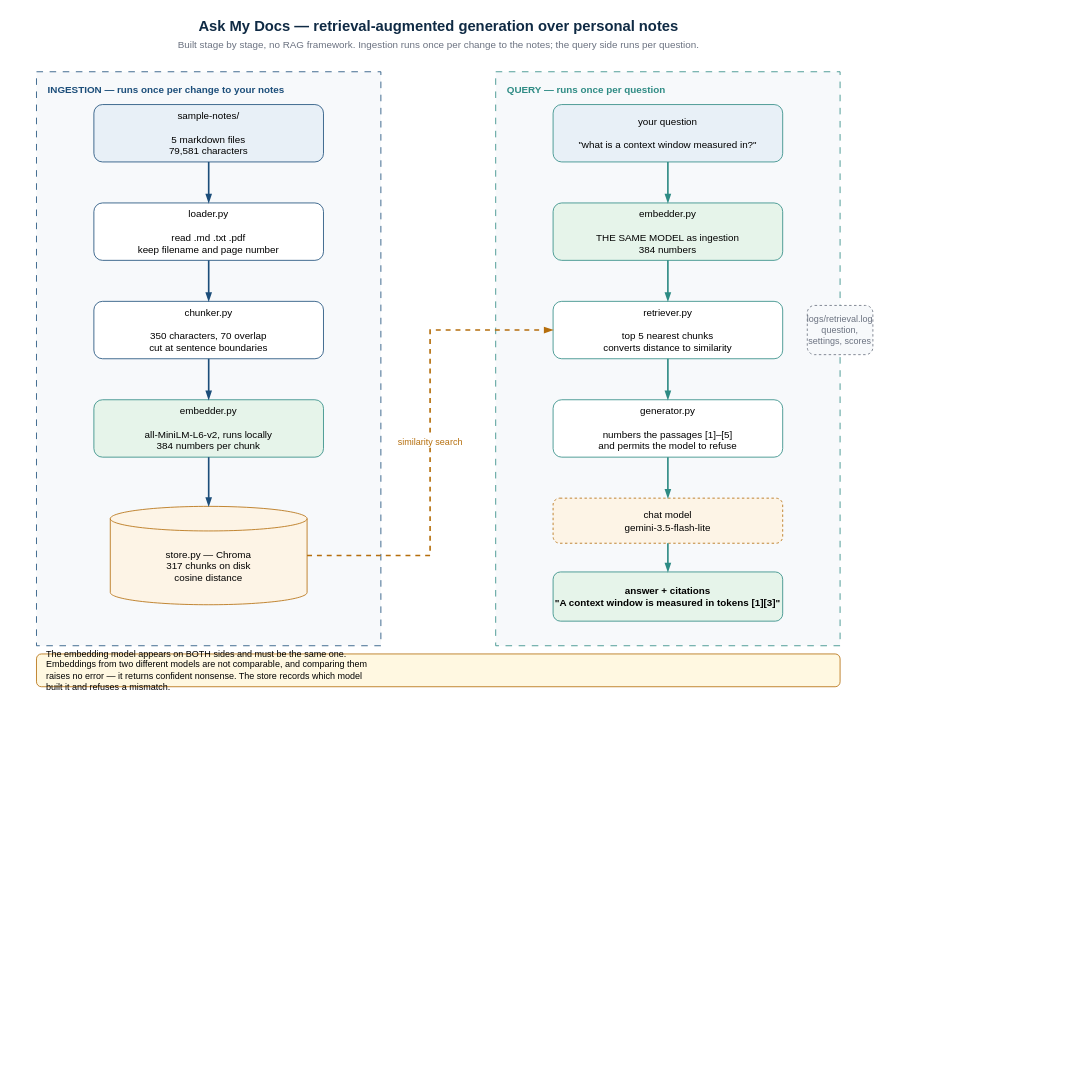
Iddrisusalima/ask-my-docs keeps this draw.io diagram as docs/architecture.drawio. Above is the earlier version. Source tidied: cells renumbered, new cells numbered last; positions are measured from the earlier drawing's top-left corner, leaving out a move shared by most shapes. Both pictures are drawn from the tidied source at 82%, with x=0, y=0 at pixel (36, 14).
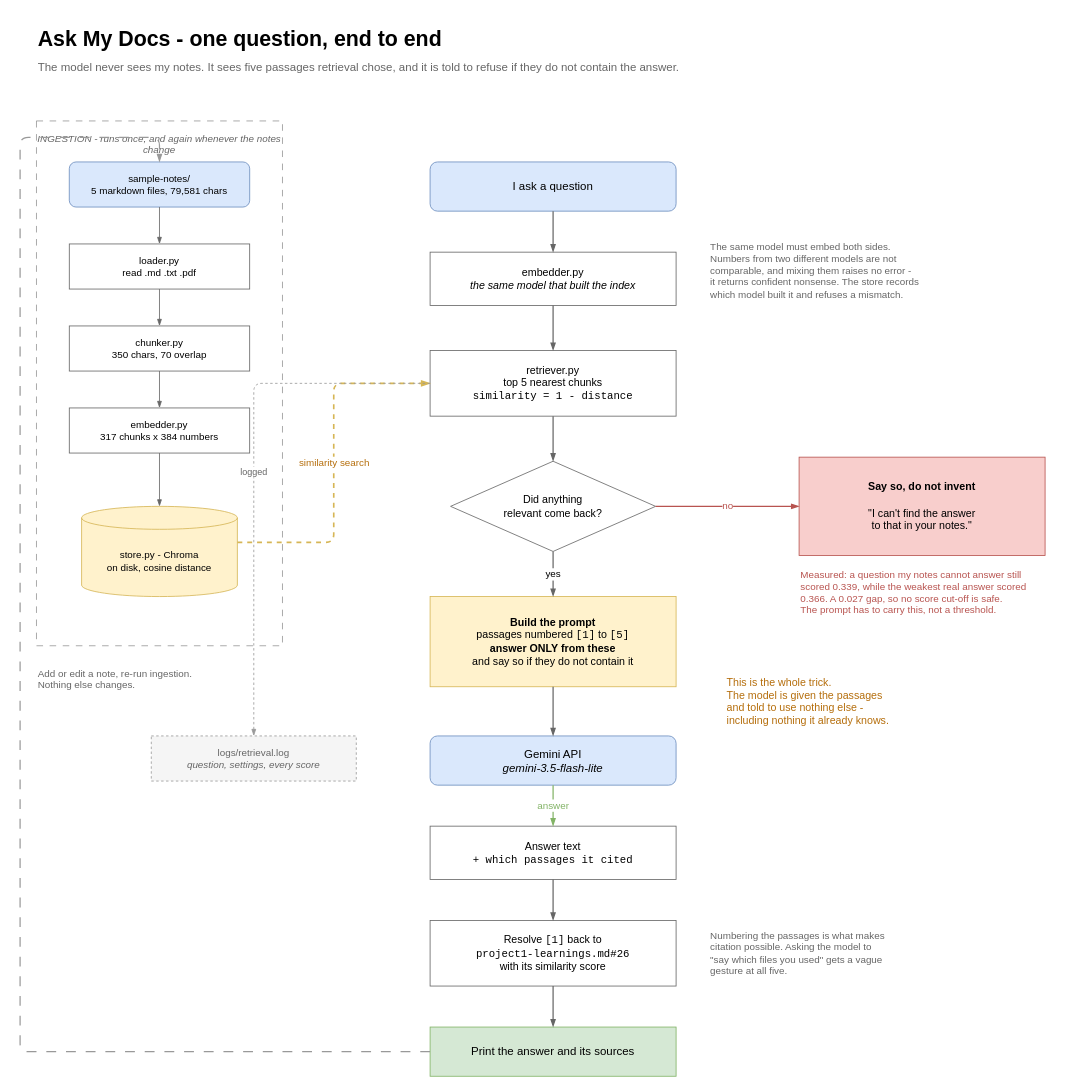
Above is the later version.

Commit message (it also covers changes not shown here):
docs(architecture): Add draw.io diagrams for two audiences

What changed in the source:
```diff
@@
-    <mxCell id="2" value="Ask My Docs — retrieval-augmented generation over personal notes" style="text;html=1;align=center;verticalAlign=middle;fontSize=18;fontStyle=1;fontColor=#0F2A44;" parent="1" vertex="1">
-      <mxGeometry width="980" height="30" as="geometry" />
+    <mxCell id="2" value="Ask My Docs - one question, end to end" style="text;html=1;align=left;verticalAlign=middle;fontSize=26;fontStyle=1;fontColor=#000000;" parent="1" vertex="1">
+      <mxGeometry y="10" width="900" height="40" as="geometry" />
     </mxCell>
-    <mxCell id="3" value="Built stage by stage, no RAG framework. Ingestion runs once per change to the notes; the query side runs per question." style="text;html=1;align=center;verticalAlign=middle;fontSize=12;fontColor=#6B7280;" parent="1" vertex="1">
-      <mxGeometry y="28" width="980" height="20" as="geometry" />
+    <mxCell id="3" value="The model never sees my notes. It sees five passages retrieval chose, and it is told to refuse if they do not contain the answer." style="text;html=1;align=left;verticalAlign=middle;fontSize=14;fontColor=#666666;" parent="1" vertex="1">
+      <mxGeometry y="52" width="1100" height="24" as="geometry" />
     </mxCell>
-    <mxCell id="4" value="INGESTION — runs once per change to your notes" style="rounded=0;whiteSpace=wrap;html=1;dashed=1;dashPattern=8 8;fillColor=#F7F9FB;strokeColor=#1C4E7A;verticalAlign=top;align=left;spacingLeft=12;spacingTop=8;fontSize=12;fontStyle=1;fontColor=#1C4E7A;" parent="1" vertex="1">
-      <mxGeometry y="70" width="420" height="700" as="geometry" />
+    <mxCell id="4" value="INGESTION - runs once, and again whenever the notes change" style="rounded=0;whiteSpace=wrap;html=1;dashed=1;dashPattern=8 8;fillColor=none;strokeColor=#999999;verticalAlign=top;align=center;spacingTop=8;fontSize=12;fontStyle=2;fontColor=#666666;" parent="1" vertex="1">
+      <mxGeometry y="130" width="300" height="640" as="geometry" />
     </mxCell>
-    <mxCell id="5" value="sample-notes/&#10;&#10;5 markdown files&#10;79,581 characters" style="rounded=1;whiteSpace=wrap;html=1;fillColor=#E8F0F7;strokeColor=#1C4E7A;fontSize=12;" parent="1" vertex="1">
-      <mxGeometry x="70" y="110" width="280" height="70" as="geometry" />
+    <mxCell id="5" value="sample-notes/&#10;5 markdown files, 79,581 chars" style="rounded=1;whiteSpace=wrap;html=1;fillColor=#dae8fc;strokeColor=#6c8ebf;fontSize=12;" parent="1" vertex="1">
+      <mxGeometry x="40" y="180" width="220" height="55" as="geometry" />
     </mxCell>
-    <mxCell id="6" value="loader.py&#10;&#10;read .md .txt .pdf&#10;keep filename and page number" style="rounded=1;whiteSpace=wrap;html=1;fillColor=#FFFFFF;strokeColor=#1C4E7A;fontSize=12;" parent="1" vertex="1">
-      <mxGeometry x="70" y="230" width="280" height="70" as="geometry" />
+    <mxCell id="6" value="loader.py&#10;read .md .txt .pdf" style="rounded=0;whiteSpace=wrap;html=1;fillColor=#ffffff;strokeColor=#666666;fontSize=12;" parent="1" vertex="1">
+      <mxGeometry x="40" y="280" width="220" height="55" as="geometry" />
     </mxCell>
-    <mxCell id="7" value="chunker.py&#10;&#10;350 characters, 70 overlap&#10;cut at sentence boundaries" style="rounded=1;whiteSpace=wrap;html=1;fillColor=#FFFFFF;strokeColor=#1C4E7A;fontSize=12;" parent="1" vertex="1">
-      <mxGeometry x="70" y="350" width="280" height="70" as="geometry" />
+    <mxCell id="7" value="chunker.py&#10;350 chars, 70 overlap" style="rounded=0;whiteSpace=wrap;html=1;fillColor=#ffffff;strokeColor=#666666;fontSize=12;" parent="1" vertex="1">
+      <mxGeometry x="40" y="380" width="220" height="55" as="geometry" />
     </mxCell>
-    <mxCell id="8" value="embedder.py&#10;&#10;all-MiniLM-L6-v2, runs locally&#10;384 numbers per chunk" style="rounded=1;whiteSpace=wrap;html=1;fillColor=#E6F4EA;strokeColor=#2E8B84;fontSize=12;" parent="1" vertex="1">
-      <mxGeometry x="70" y="470" width="280" height="70" as="geometry" />
+    <mxCell id="8" value="embedder.py&#10;317 chunks x 384 numbers" style="rounded=0;whiteSpace=wrap;html=1;fillColor=#ffffff;strokeColor=#666666;fontSize=12;" parent="1" vertex="1">
+      <mxGeometry x="40" y="480" width="220" height="55" as="geometry" />
     </mxCell>
-    <mxCell id="9" value="store.py — Chroma&#10;317 chunks on disk&#10;cosine distance" style="shape=cylinder3;boundedLbl=1;backgroundOutline=1;size=15;whiteSpace=wrap;html=1;fillColor=#FDF4E6;strokeColor=#B56E0C;fontSize=12;" parent="1" vertex="1">
-      <mxGeometry x="90" y="600" width="240" height="120" as="geometry" />
+    <mxCell id="9" value="store.py - Chroma&#10;on disk, cosine distance" style="shape=cylinder3;boundedLbl=1;backgroundOutline=1;size=14;whiteSpace=wrap;html=1;fillColor=#fff2cc;strokeColor=#d6b656;fontSize=12;" parent="1" vertex="1">
+      <mxGeometry x="55" y="600" width="190" height="110" as="geometry" />
     </mxCell>
-    <mxCell id="10" style="edgeStyle=orthogonalEdgeStyle;rounded=0;html=1;strokeColor=#1C4E7A;strokeWidth=2;endArrow=blockThin;endFill=1;" parent="1" edge="1" source="5" target="6">
+    <mxCell id="10" style="edgeStyle=orthogonalEdgeStyle;html=1;strokeColor=#666666;endArrow=blockThin;endFill=1;" parent="1" edge="1" source="5" target="6">
       <mxGeometry relative="1" as="geometry" />
     </mxCell>
-    <mxCell id="11" style="edgeStyle=orthogonalEdgeStyle;rounded=0;html=1;strokeColor=#1C4E7A;strokeWidth=2;endArrow=blockThin;endFill=1;" parent="1" edge="1" source="6" target="7">
+    <mxCell id="11" style="edgeStyle=orthogonalEdgeStyle;html=1;strokeColor=#666666;endArrow=blockThin;endFill=1;" parent="1" edge="1" source="6" target="7">
       <mxGeometry relative="1" as="geometry" />
     </mxCell>
-    <mxCell id="12" style="edgeStyle=orthogonalEdgeStyle;rounded=0;html=1;strokeColor=#1C4E7A;strokeWidth=2;endArrow=blockThin;endFill=1;" parent="1" edge="1" source="7" target="8">
+    <mxCell id="12" style="edgeStyle=orthogonalEdgeStyle;html=1;strokeColor=#666666;endArrow=blockThin;endFill=1;" parent="1" edge="1" source="7" target="8">
       <mxGeometry relative="1" as="geometry" />
     </mxCell>
-    <mxCell id="13" style="edgeStyle=orthogonalEdgeStyle;rounded=0;html=1;strokeColor=#1C4E7A;strokeWidth=2;endArrow=blockThin;endFill=1;" parent="1" edge="1" source="8" target="9">
+    <mxCell id="13" style="edgeStyle=orthogonalEdgeStyle;html=1;strokeColor=#666666;endArrow=blockThin;endFill=1;" parent="1" edge="1" source="8" target="9">
       <mxGeometry relative="1" as="geometry" />
     </mxCell>
-    <mxCell id="14" value="QUERY — runs once per question" style="rounded=0;whiteSpace=wrap;html=1;dashed=1;dashPattern=8 8;fillColor=#F7F9FB;strokeColor=#2E8B84;verticalAlign=top;align=left;spacingLeft=12;spacingTop=8;fontSize=12;fontStyle=1;fontColor=#2E8B84;" parent="1" vertex="1">
-      <mxGeometry x="560" y="70" width="420" height="700" as="geometry" />
-    </mxCell>
-    <mxCell id="15" value="your question&#10;&#10;&quot;what is a context window measured in?&quot;" style="rounded=1;whiteSpace=wrap;html=1;fillColor=#E8F0F7;strokeColor=#2E8B84;fontSize=12;" parent="1" vertex="1">
-      <mxGeometry x="630" y="110" width="280" height="70" as="geometry" />
-    </mxCell>
+    <mxCell id="29" value="I ask a question" style="rounded=1;whiteSpace=wrap;html=1;fillColor=#dae8fc;strokeColor=#6c8ebf;fontSize=14;" parent="1" vertex="1">
+      <mxGeometry x="480" y="180" width="300" height="60" as="geometry" />
+    </mxCell>
-    <mxCell id="16" value="embedder.py&#10;&#10;THE SAME MODEL as ingestion&#10;384 numbers" style="rounded=1;whiteSpace=wrap;html=1;fillColor=#E6F4EA;strokeColor=#2E8B84;fontSize=12;fontStyle=0;" parent="1" vertex="1">
-      <mxGeometry x="630" y="230" width="280" height="70" as="geometry" />
+    <mxCell id="16" value="embedder.py&#10;&lt;i&gt;the same model that built the index&lt;/i&gt;" style="rounded=0;whiteSpace=wrap;html=1;fillColor=#ffffff;strokeColor=#666666;fontSize=13;" parent="1" vertex="1">
+      <mxGeometry x="480" y="290" width="300" height="65" as="geometry" />
     </mxCell>
-    <mxCell id="17" value="retriever.py&#10;&#10;top 5 nearest chunks&#10;converts distance to similarity" style="rounded=1;whiteSpace=wrap;html=1;fillColor=#FFFFFF;strokeColor=#2E8B84;fontSize=12;" parent="1" vertex="1">
-      <mxGeometry x="630" y="350" width="280" height="70" as="geometry" />
+    <mxCell id="17" value="retriever.py&#10;top 5 nearest chunks&#10;&lt;font face=&quot;Courier New&quot;&gt;similarity = 1 - distance&lt;/font&gt;" style="rounded=0;whiteSpace=wrap;html=1;fillColor=#ffffff;strokeColor=#666666;fontSize=13;" parent="1" vertex="1">
+      <mxGeometry x="480" y="410" width="300" height="80" as="geometry" />
     </mxCell>
-    <mxCell id="18" value="generator.py&#10;&#10;numbers the passages [1]–[5]&#10;and permits the model to refuse" style="rounded=1;whiteSpace=wrap;html=1;fillColor=#FFFFFF;strokeColor=#2E8B84;fontSize=12;" parent="1" vertex="1">
-      <mxGeometry x="630" y="470" width="280" height="70" as="geometry" />
-    </mxCell>
+    <mxCell id="30" value="Did anything&#10;relevant come back?" style="rhombus;whiteSpace=wrap;html=1;fillColor=#ffffff;strokeColor=#666666;fontSize=13;" parent="1" vertex="1">
+      <mxGeometry x="505" y="545" width="250" height="110" as="geometry" />
+    </mxCell>
+    <mxCell id="31" value="&lt;b&gt;Build the prompt&lt;/b&gt;&#10;passages numbered &lt;font face=&quot;Courier New&quot;&gt;[1]&lt;/font&gt; to &lt;font face=&quot;Courier New&quot;&gt;[5]&lt;/font&gt;&#10;&lt;b&gt;answer ONLY from these&lt;/b&gt;&#10;and say so if they do not contain it" style="rounded=0;whiteSpace=wrap;html=1;fillColor=#fff2cc;strokeColor=#d6b656;fontSize=13;" parent="1" vertex="1">
+      <mxGeometry x="480" y="710" width="300" height="110" as="geometry" />
+    </mxCell>
-    <mxCell id="19" value="chat model&#10;gemini-3.5-flash-lite" style="rounded=1;whiteSpace=wrap;html=1;fillColor=#FDF4E6;strokeColor=#B56E0C;fontSize=12;dashed=1;" parent="1" vertex="1">
-      <mxGeometry x="630" y="590" width="280" height="55" as="geometry" />
+    <mxCell id="19" value="Gemini API&#10;&lt;i&gt;gemini-3.5-flash-lite&lt;/i&gt;" style="rounded=1;whiteSpace=wrap;html=1;fillColor=#dae8fc;strokeColor=#6c8ebf;fontSize=14;" parent="1" vertex="1">
+      <mxGeometry x="480" y="880" width="300" height="60" as="geometry" />
     </mxCell>
-    <mxCell id="20" value="answer + citations&#10;&quot;A context window is measured in tokens [1][3]&quot;" style="rounded=1;whiteSpace=wrap;html=1;fillColor=#E6F4EA;strokeColor=#2E8B84;fontSize=12;fontStyle=1;" parent="1" vertex="1">
-      <mxGeometry x="630" y="680" width="280" height="60" as="geometry" />
-    </mxCell>
-    <mxCell id="21" style="edgeStyle=orthogonalEdgeStyle;rounded=0;html=1;strokeColor=#2E8B84;strokeWidth=2;endArrow=blockThin;endFill=1;" parent="1" edge="1" source="15" target="16">
-      <mxGeometry relative="1" as="geometry" />
-    </mxCell>
+    <mxCell id="32" value="Answer text&#10;&lt;font face=&quot;Courier New&quot;&gt;+ which passages it cited&lt;/font&gt;" style="rounded=0;whiteSpace=wrap;html=1;fillColor=#ffffff;strokeColor=#666666;fontSize=13;" parent="1" vertex="1">
+      <mxGeometry x="480" y="990" width="300" height="65" as="geometry" />
+    </mxCell>
+    <mxCell id="33" value="Resolve &lt;font face=&quot;Courier New&quot;&gt;[1]&lt;/font&gt; back to&#10;&lt;font face=&quot;Courier New&quot;&gt;project1-learnings.md#26&lt;/font&gt;&#10;with its similarity score" style="rounded=0;whiteSpace=wrap;html=1;fillColor=#ffffff;strokeColor=#666666;fontSize=13;" parent="1" vertex="1">
+      <mxGeometry x="480" y="1105" width="300" height="80" as="geometry" />
+    </mxCell>
+    <mxCell id="34" value="Print the answer and its sources" style="rounded=0;whiteSpace=wrap;html=1;fillColor=#d5e8d4;strokeColor=#82b366;fontSize=14;" parent="1" vertex="1">
+      <mxGeometry x="480" y="1235" width="300" height="60" as="geometry" />
+    </mxCell>
+    <mxCell id="35" style="edgeStyle=orthogonalEdgeStyle;html=1;strokeColor=#666666;strokeWidth=1.5;endArrow=blockThin;endFill=1;" parent="1" edge="1" source="29" target="16">
+      <mxGeometry relative="1" as="geometry" />
+    </mxCell>
-    <mxCell id="22" style="edgeStyle=orthogonalEdgeStyle;rounded=0;html=1;strokeColor=#2E8B84;strokeWidth=2;endArrow=blockThin;endFill=1;" parent="1" edge="1" source="16" target="17">
+    <mxCell id="22" style="edgeStyle=orthogonalEdgeStyle;html=1;strokeColor=#666666;strokeWidth=1.5;endArrow=blockThin;endFill=1;" parent="1" edge="1" source="16" target="17">
       <mxGeometry relative="1" as="geometry" />
     </mxCell>
-    <mxCell id="23" style="edgeStyle=orthogonalEdgeStyle;rounded=0;html=1;strokeColor=#2E8B84;strokeWidth=2;endArrow=blockThin;endFill=1;" parent="1" edge="1" source="17" target="18">
-      <mxGeometry relative="1" as="geometry" />
-    </mxCell>
-    <mxCell id="24" style="edgeStyle=orthogonalEdgeStyle;rounded=0;html=1;strokeColor=#2E8B84;strokeWidth=2;endArrow=blockThin;endFill=1;" parent="1" edge="1" source="18" target="19">
-      <mxGeometry relative="1" as="geometry" />
-    </mxCell>
-    <mxCell id="25" style="edgeStyle=orthogonalEdgeStyle;rounded=0;html=1;strokeColor=#2E8B84;strokeWidth=2;endArrow=blockThin;endFill=1;" parent="1" edge="1" source="19" target="20">
-      <mxGeometry relative="1" as="geometry" />
-    </mxCell>
+    <mxCell id="36" style="edgeStyle=orthogonalEdgeStyle;html=1;strokeColor=#666666;strokeWidth=1.5;endArrow=blockThin;endFill=1;" parent="1" edge="1" source="17" target="30">
+      <mxGeometry relative="1" as="geometry" />
+    </mxCell>
+    <mxCell id="37" value="yes" style="edgeStyle=orthogonalEdgeStyle;html=1;strokeColor=#666666;strokeWidth=1.5;endArrow=blockThin;endFill=1;fontSize=12;labelBackgroundColor=#ffffff;" parent="1" edge="1" source="30" target="31">
+      <mxGeometry relative="1" as="geometry" />
+    </mxCell>
+    <mxCell id="38" style="edgeStyle=orthogonalEdgeStyle;html=1;strokeColor=#666666;strokeWidth=1.5;endArrow=blockThin;endFill=1;" parent="1" edge="1" source="31" target="19">
+      <mxGeometry relative="1" as="geometry" />
+    </mxCell>
+    <mxCell id="39" value="answer" style="edgeStyle=orthogonalEdgeStyle;html=1;strokeColor=#82b366;strokeWidth=1.5;endArrow=blockThin;endFill=1;fontSize=12;fontColor=#82b366;labelBackgroundColor=#ffffff;" parent="1" edge="1" source="19" target="32">
+      <mxGeometry relative="1" as="geometry" />
+    </mxCell>
+    <mxCell id="40" style="edgeStyle=orthogonalEdgeStyle;html=1;strokeColor=#666666;strokeWidth=1.5;endArrow=blockThin;endFill=1;" parent="1" edge="1" source="32" target="33">
+      <mxGeometry relative="1" as="geometry" />
+    </mxCell>
+    <mxCell id="41" style="edgeStyle=orthogonalEdgeStyle;html=1;strokeColor=#666666;strokeWidth=1.5;endArrow=blockThin;endFill=1;" parent="1" edge="1" source="33" target="34">
+      <mxGeometry relative="1" as="geometry" />
+    </mxCell>
-    <mxCell id="26" value="similarity search" style="edgeStyle=orthogonalEdgeStyle;rounded=0;html=1;dashed=1;strokeColor=#B56E0C;strokeWidth=2;endArrow=blockThin;endFill=1;fontSize=11;fontColor=#B56E0C;labelBackgroundColor=#FFFFFF;exitX=1;exitY=0.5;exitDx=0;exitDy=0;entryX=0;entryY=0.5;entryDx=0;entryDy=0;" parent="1" edge="1" source="9" target="17">
+    <mxCell id="26" value="similarity search" style="edgeStyle=orthogonalEdgeStyle;html=1;dashed=1;strokeColor=#d6b656;strokeWidth=2;endArrow=blockThin;endFill=1;fontSize=12;fontColor=#b56e0c;labelBackgroundColor=#ffffff;exitX=1;exitY=0.4;exitDx=0;exitDy=0;entryX=0;entryY=0.5;entryDx=0;entryDy=0;" parent="1" edge="1" source="9" target="17">
       <mxGeometry relative="1" as="geometry" />
     </mxCell>
+    <mxCell id="42" value="&lt;b&gt;Say so, do not invent&lt;/b&gt;&#10;&#10;&quot;I can't find the answer&#10;to that in your notes.&quot;" style="rounded=0;whiteSpace=wrap;html=1;fillColor=#f8cecc;strokeColor=#b85450;fontSize=13;" parent="1" vertex="1">
+      <mxGeometry x="930" y="540" width="300" height="120" as="geometry" />
+    </mxCell>
+    <mxCell id="43" value="no" style="edgeStyle=orthogonalEdgeStyle;html=1;strokeColor=#b85450;strokeWidth=1.5;endArrow=blockThin;endFill=1;fontSize=12;fontColor=#b85450;labelBackgroundColor=#ffffff;" parent="1" edge="1" source="30" target="42">
+      <mxGeometry relative="1" as="geometry" />
+    </mxCell>
+    <mxCell id="44" value="Measured: a question my notes cannot answer still&#10;scored 0.339, while the weakest real answer scored&#10;0.366. A 0.027 gap, so no score cut-off is safe.&#10;The prompt has to carry this, not a threshold." style="text;html=1;align=left;verticalAlign=top;fontSize=12;fontColor=#b85450;" parent="1" vertex="1">
+      <mxGeometry x="930" y="670" width="340" height="80" as="geometry" />
+    </mxCell>
+    <mxCell id="45" value="This is the whole trick.&#10;The model is given the passages&#10;and told to use nothing else -&#10;including nothing it already knows." style="text;html=1;align=left;verticalAlign=top;fontSize=13;fontColor=#b56e0c;" parent="1" vertex="1">
+      <mxGeometry x="840" y="800" width="320" height="90" as="geometry" />
+    </mxCell>
+    <mxCell id="46" value="The same model must embed both sides.&#10;Numbers from two different models are not&#10;comparable, and mixing them raises no error -&#10;it returns confident nonsense. The store records&#10;which model built it and refuses a mismatch." style="text;html=1;align=left;verticalAlign=top;fontSize=12;fontColor=#666666;" parent="1" vertex="1">
+      <mxGeometry x="820" y="270" width="340" height="100" as="geometry" />
+    </mxCell>
+    <mxCell id="47" value="Numbering the passages is what makes&#10;citation possible. Asking the model to&#10;&quot;say which files you used&quot; gets a vague&#10;gesture at all five." style="text;html=1;align=left;verticalAlign=top;fontSize=12;fontColor=#666666;" parent="1" vertex="1">
+      <mxGeometry x="820" y="1110" width="330" height="80" as="geometry" />
+    </mxCell>
-    <mxCell id="27" value="logs/retrieval.log&#10;question, settings, scores" style="rounded=1;whiteSpace=wrap;html=1;fillColor=#F7F9FB;strokeColor=#6B7280;fontSize=11;fontColor=#6B7280;dashed=1;" parent="1" vertex="1">
-      <mxGeometry x="940" y="355" width="80" height="60" as="geometry" />
+    <mxCell id="27" value="logs/retrieval.log&#10;&lt;i&gt;question, settings, every score&lt;/i&gt;" style="rounded=0;whiteSpace=wrap;html=1;fillColor=#f5f5f5;strokeColor=#999999;dashed=1;fontSize=12;fontColor=#666666;" parent="1" vertex="1">
+      <mxGeometry x="140" y="880" width="250" height="55" as="geometry" />
     </mxCell>
-    <mxCell id="28" value="The embedding model appears on BOTH sides and must be the same one.&#10;Embeddings from two different models are not comparable, and comparing them&#10;raises no error — it returns confident nonsense. The store records which model&#10;built it and refuses a mismatch." style="rounded=1;whiteSpace=wrap;html=1;fillColor=#FFF8E1;strokeColor=#B56E0C;align=left;spacingLeft=10;fontSize=11;verticalAlign=middle;" parent="1" vertex="1">
-      <mxGeometry y="780" width="980" height="40" as="geometry" />
-    </mxCell>
+    <mxCell id="48" value="logged" style="edgeStyle=orthogonalEdgeStyle;html=1;dashed=1;strokeColor=#999999;endArrow=blockThin;endFill=1;fontSize=11;fontColor=#666666;labelBackgroundColor=#ffffff;exitX=0;exitY=0.5;exitDx=0;exitDy=0;" parent="1" edge="1" source="17" target="27">
+      <mxGeometry relative="1" as="geometry" />
+    </mxCell>
+    <mxCell id="49" style="edgeStyle=orthogonalEdgeStyle;html=1;dashed=1;dashPattern=8 8;strokeColor=#999999;strokeWidth=1.5;endArrow=blockThin;endFill=1;exitX=0;exitY=0.5;exitDx=0;exitDy=0;entryX=0.5;entryY=0;entryDx=0;entryDy=0;" parent="1" edge="1" source="34" target="5">
+      <mxGeometry relative="1" as="geometry">
+        <Array as="points">
+          <mxPoint x="-20" y="1265" />
+          <mxPoint x="-20" y="150" />
+          <mxPoint x="150" y="150" />
+        </Array>
+      </mxGeometry>
+    </mxCell>
+    <mxCell id="50" value="Add or edit a note, re-run ingestion.&#10;Nothing else changes." style="text;html=1;align=left;verticalAlign=top;fontSize=12;fontColor=#666666;" parent="1" vertex="1">
+      <mxGeometry y="790" width="300" height="40" as="geometry" />
+    </mxCell>
```
